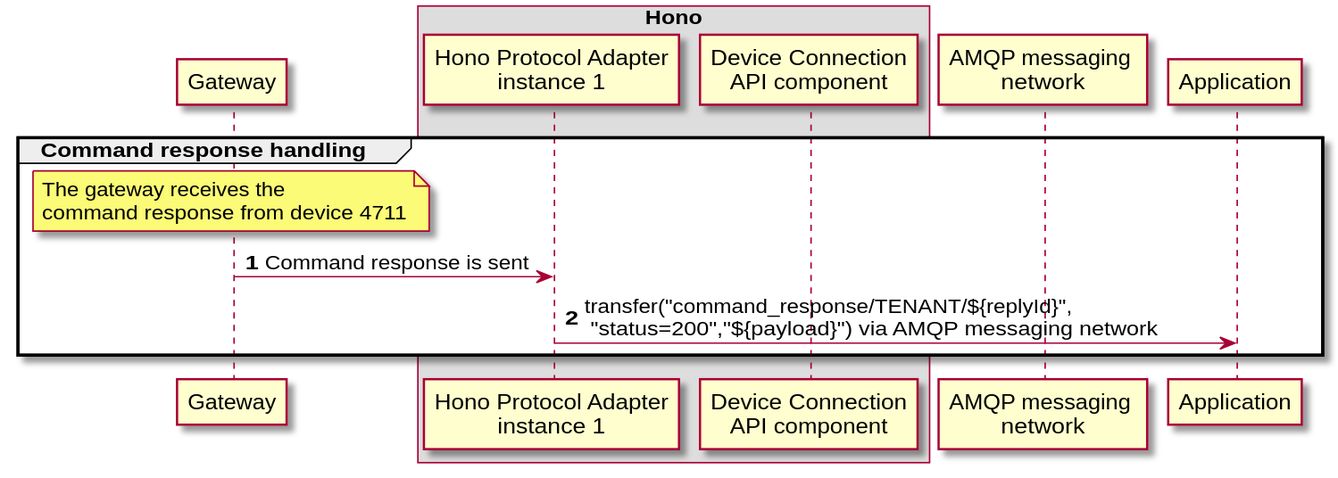
Before: site/documentation/content/concepts/command_control_concept_gateway_3.svg, a diagram exported from PlantUML (eclipse-hono/hono). Source of this version:
```plantuml
@startuml
scale 1.2

participant Gateway order 20
box "Hono"
    participant "Hono Protocol Adapter\ninstance 1" order 30
    participant "Device Connection\nAPI component" order 50
end box
participant "AMQP messaging \nnetwork" order 60
participant Application order 70

autonumber

group Command response handling
    note over Gateway
    The gateway receives the
    command response from device 4711
    end note
    Gateway -> "Hono Protocol Adapter\ninstance 1": Command response is sent
    "Hono Protocol Adapter\ninstance 1" -> Application: transfer("command_response/TENANT/${replyId}",\n "status=200","${payload}")   via AMQP messaging network
    deactivate "Hono Protocol Adapter\ninstance 1"
    deactivate Application
end
@enduml
```
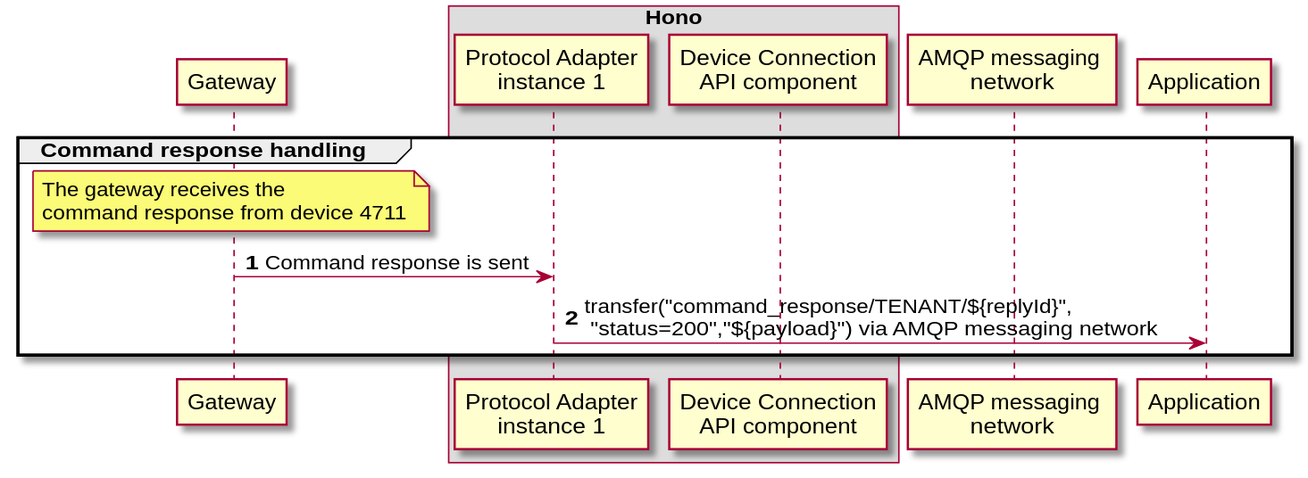
Above is the later version.

The edit, as a diff of the source:
```diff
@@ -3,7 +3,7 @@
 
 participant Gateway order 20
 box "Hono"
-    participant "Hono Protocol Adapter\ninstance 1" order 30
+    participant "Protocol Adapter\ninstance 1" order 30
     participant "Device Connection\nAPI component" order 50
 end box
 participant "AMQP messaging \nnetwork" order 60
@@ -16,9 +16,9 @@
     The gateway receives the
     command response from device 4711
     end note
-    Gateway -> "Hono Protocol Adapter\ninstance 1": Command response is sent
-    "Hono Protocol Adapter\ninstance 1" -> Application: transfer("command_response/TENANT/${replyId}",\n "status=200","${payload}")   via AMQP messaging network
-    deactivate "Hono Protocol Adapter\ninstance 1"
+    Gateway -> "Protocol Adapter\ninstance 1": Command response is sent
+    "Protocol Adapter\ninstance 1" -> Application: transfer("command_response/TENANT/${replyId}",\n "status=200","${payload}")   via AMQP messaging network
+    deactivate "Protocol Adapter\ninstance 1"
     deactivate Application
 end
 @enduml
```
